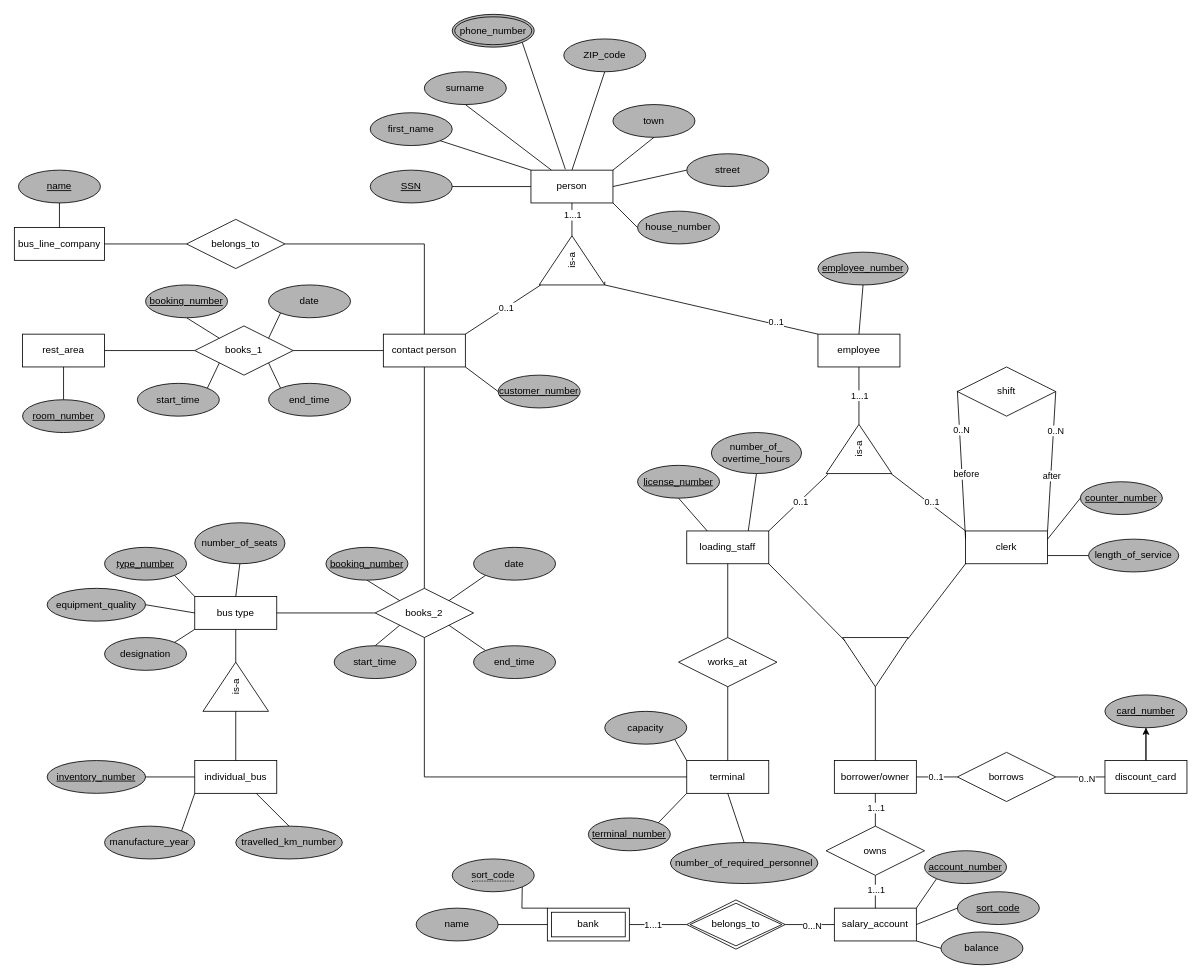
This is ERM project_group 5.drawio from Martinaeht/DBS-Projektgruppe-5_ERM, a draw.io file, before an edit. Source tidied: cells renumbered, new cells numbered last; positions are measured from the earlier drawing's top-left corner, leaving out a move shared by most shapes. Both pictures are drawn from the tidied source at 82%, with x=0, y=0 at pixel (14, 14).
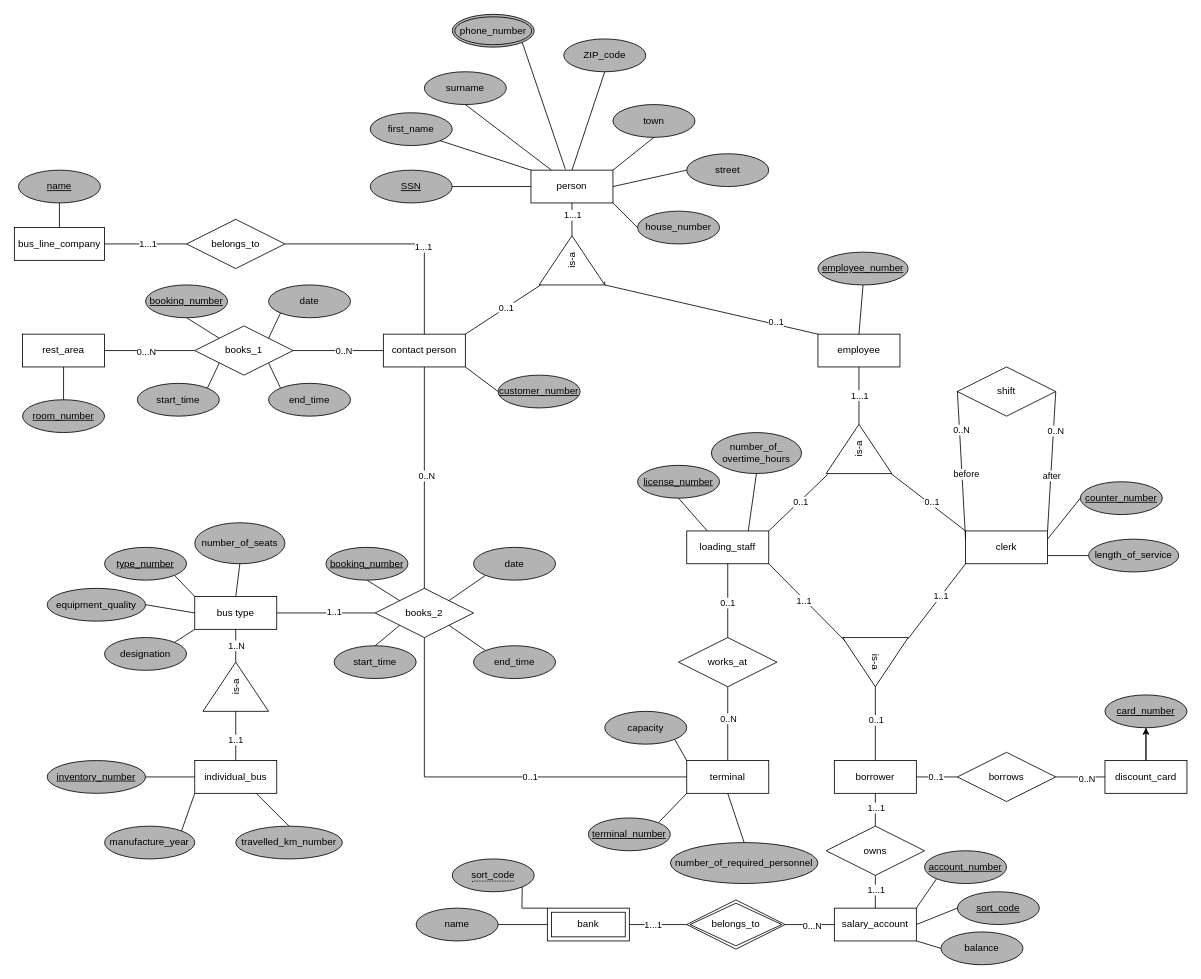
The same diagram, later.

The change refers to these unchanged cells:
```xml
<mxCell id="115" style="endArrow=none;html=1;rounded=0;exitX=1;exitY=1;exitDx=0;exitDy=0;entryX=0.067;entryY=0.963;entryDx=0;entryDy=0;entryPerimeter=0;" parent="1" edge="1" source="23" target="109">
  <mxGeometry relative="1" as="geometry" />
</mxCell>
<mxCell id="116" style="endArrow=none;html=1;rounded=0;exitX=0;exitY=1;exitDx=0;exitDy=0;entryX=0.027;entryY=0.003;entryDx=0;entryDy=0;entryPerimeter=0;" parent="1" edge="1" source="24" target="109">
  <mxGeometry relative="1" as="geometry" />
</mxCell>
<mxCell id="117" style="endArrow=none;html=1;rounded=0;exitX=0.5;exitY=0;exitDx=0;exitDy=0;entryX=1;entryY=0.5;entryDx=0;entryDy=0;" parent="1" edge="1" source="110" target="109">
  <mxGeometry relative="1" as="geometry" />
</mxCell>
```

What changed in the source:
```diff
@@
-    <mxCell id="109" style="triangle;whiteSpace=wrap;html=1;rotation=90;" parent="1" vertex="1">
+    <mxCell id="109" value="is-a" style="triangle;whiteSpace=wrap;html=1;rotation=90;" parent="1" vertex="1">
       <mxGeometry x="1020" y="750" width="60" height="80" as="geometry" />
     </mxCell>
-    <mxCell id="110" value="borrower/owner" style="whiteSpace=wrap;html=1;align=center;" parent="1" vertex="1">
+    <mxCell id="110" value="borrower" style="whiteSpace=wrap;html=1;align=center;" parent="1" vertex="1">
       <mxGeometry x="1000" y="910" width="100" height="40" as="geometry" />
     </mxCell>
@@
+    <mxCell id="154" value="1..1" style="edgeLabel;html=1;align=center;verticalAlign=middle;" parent="115" vertex="1">
+      <mxGeometry x="-0.25" y="-2" relative="1" as="geometry">
+        <mxPoint x="9" y="8" as="offset" />
+      </mxGeometry>
+    </mxCell>
@@
+    <mxCell id="155" value="1..1" style="edgeLabel;html=1;align=center;verticalAlign=middle;" parent="116" vertex="1">
+      <mxGeometry x="-0.16" y="1" relative="1" as="geometry">
+        <mxPoint x="-2" y="1" as="offset" />
+      </mxGeometry>
+    </mxCell>
@@
+    <mxCell id="156" value="0..1" style="edgeLabel;html=1;align=center;verticalAlign=middle;" parent="117" vertex="1">
+      <mxGeometry x="0.2" y="2" relative="1" as="geometry">
+        <mxPoint x="2" y="4" as="offset" />
+      </mxGeometry>
+    </mxCell>
@@
+    <mxCell id="157" value="1..1" style="edgeLabel;html=1;align=center;verticalAlign=middle;" parent="1" vertex="1">
+      <mxGeometry x="400" y="731" as="geometry">
+        <mxPoint x="-11" y="-3" as="offset" />
+      </mxGeometry>
+    </mxCell>
+    <mxCell id="158" value="1..N" style="edgeLabel;html=1;align=center;verticalAlign=middle;" parent="1" vertex="1">
+      <mxGeometry x="276" y="771" as="geometry">
+        <mxPoint x="-6" y="-2" as="offset" />
+      </mxGeometry>
+    </mxCell>
+    <mxCell id="159" value="1..1" style="edgeLabel;html=1;align=center;verticalAlign=middle;" parent="1" vertex="1">
+      <mxGeometry x="281" y="881" as="geometry">
+        <mxPoint x="-12" y="3" as="offset" />
+      </mxGeometry>
+    </mxCell>
+    <mxCell id="160" value="0..N" style="edgeLabel;html=1;align=center;verticalAlign=middle;" parent="1" vertex="1">
+      <mxGeometry x="874" y="860" as="geometry">
+        <mxPoint x="-4" y="-2" as="offset" />
+      </mxGeometry>
+    </mxCell>
+    <mxCell id="161" value="0..1" style="edgeLabel;html=1;align=center;verticalAlign=middle;" parent="1" vertex="1">
+      <mxGeometry x="880" y="720" as="geometry">
+        <mxPoint x="-11" y="-3" as="offset" />
+      </mxGeometry>
+    </mxCell>
+    <mxCell id="162" value="0..1" style="edgeLabel;html=1;align=center;verticalAlign=middle;" parent="1" vertex="1">
+      <mxGeometry x="639" y="932" as="geometry">
+        <mxPoint x="-11" y="-3" as="offset" />
+      </mxGeometry>
+    </mxCell>
+    <mxCell id="163" value="0..N" style="edgeLabel;html=1;align=center;verticalAlign=middle;" parent="1" vertex="1">
+      <mxGeometry x="509" y="560" as="geometry">
+        <mxPoint x="-7" y="2" as="offset" />
+      </mxGeometry>
+    </mxCell>
+    <mxCell id="164" value="1...1" style="edgeLabel;html=1;align=center;verticalAlign=middle;" parent="1" vertex="1">
+      <mxGeometry x="738" y="809" as="geometry">
+        <mxPoint x="-240" y="-526" as="offset" />
+      </mxGeometry>
+    </mxCell>
+    <mxCell id="165" value="0..N" style="edgeLabel;html=1;align=center;verticalAlign=middle;" parent="1" vertex="1">
+      <mxGeometry x="410" y="408" as="geometry">
+        <mxPoint x="-9" y="2" as="offset" />
+      </mxGeometry>
+    </mxCell>
+    <mxCell id="166" value="1...1" style="edgeLabel;html=1;align=center;verticalAlign=middle;" parent="1" vertex="1">
+      <mxGeometry x="402" y="805" as="geometry">
+        <mxPoint x="-240" y="-526" as="offset" />
+      </mxGeometry>
+    </mxCell>
+    <mxCell id="167" value="0...N" style="edgeLabel;html=1;align=center;verticalAlign=middle;" parent="1" vertex="1">
+      <mxGeometry x="400" y="937" as="geometry">
+        <mxPoint x="-240" y="-526" as="offset" />
+      </mxGeometry>
+    </mxCell>
```
